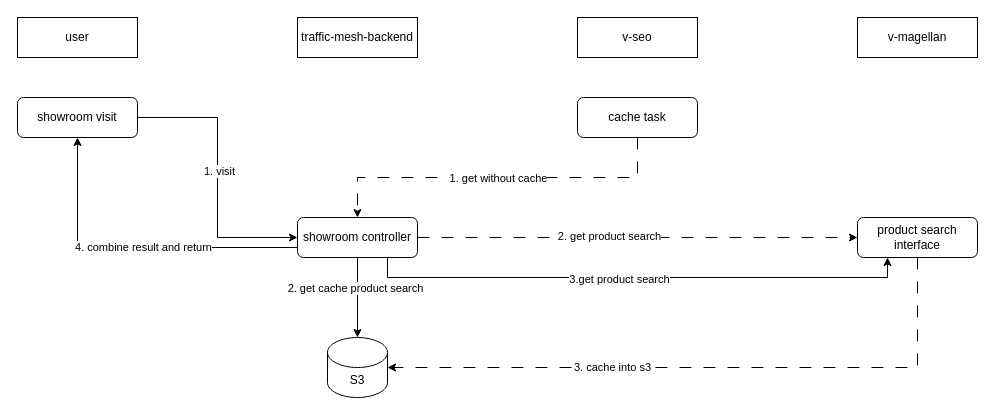
Above: drawio/showroom_cache.drawio in VisableHarry/seo-drawio (draw.io), before the change. Source tidied: cells renumbered, new cells numbered last; positions are measured from the earlier drawing's top-left corner, leaving out a move shared by most shapes. Both pictures are drawn from the tidied source at 100%, with x=0, y=0 at pixel (17, 17).
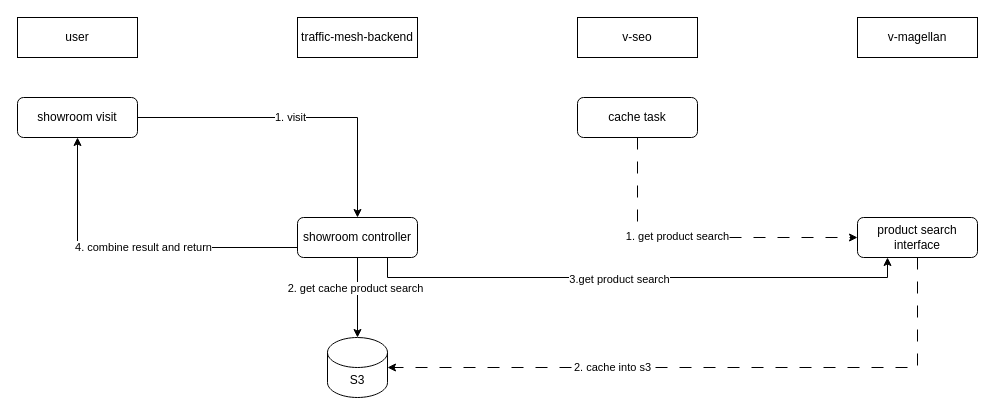
After the change.

The change refers to these unchanged cells:
```xml
<mxCell id="11" value="showroom controller" style="rounded=1;whiteSpace=wrap;html=1;" parent="1" vertex="1">
  <mxGeometry x="280" y="200" width="120" height="40" as="geometry" />
</mxCell>
<mxCell id="15" style="edgeStyle=orthogonalEdgeStyle;rounded=0;jettySize=auto;html=1;exitX=0.5;exitY=1;exitDx=0;exitDy=0;dashed=1;dashPattern=12 12;entryX=1;entryY=0.5;entryDx=0;entryDy=0;entryPerimeter=0;" parent="1" edge="1" source="17" target="2">
  <mxGeometry relative="1" as="geometry">
    <Array as="points">
      <mxPoint x="900" y="350" />
    </Array>
  </mxGeometry>
</mxCell>
<mxCell id="17" value="product search interface" style="rounded=1;whiteSpace=wrap;html=1;" parent="1" vertex="1">
  <mxGeometry x="840" y="200" width="120" height="40" as="geometry" />
</mxCell>
<mxCell id="20" value="cache task" style="rounded=1;whiteSpace=wrap;html=1;" parent="1" vertex="1">
  <mxGeometry x="560" y="80" width="120" height="40" as="geometry" />
</mxCell>
<mxCell id="24" value="showroom visit" style="rounded=1;whiteSpace=wrap;html=1;" parent="1" vertex="1">
  <mxGeometry y="80" width="120" height="40" as="geometry" />
</mxCell>
```

What changed in the source:
```diff
@@
-    <mxCell id="3" style="edgeStyle=orthogonalEdgeStyle;rounded=0;jettySize=auto;html=1;exitX=1;exitY=0.5;exitDx=0;exitDy=0;entryX=0;entryY=0.5;entryDx=0;entryDy=0;dashed=1;dashPattern=12 12;" parent="1" edge="1" source="11" target="17">
+    <mxCell id="3" style="edgeStyle=orthogonalEdgeStyle;rounded=0;jettySize=auto;html=1;exitX=0.5;exitY=1;exitDx=0;exitDy=0;entryX=0;entryY=0.5;entryDx=0;entryDy=0;dashed=1;dashPattern=12 12;" parent="1" edge="1" source="20" target="17">
       <mxGeometry relative="1" as="geometry" />
     </mxCell>
-    <mxCell id="4" value="2. get product search" style="edgeLabel;html=1;align=center;verticalAlign=middle;" parent="3" vertex="1">
+    <mxCell id="4" value="1. get product search" style="edgeLabel;html=1;align=center;verticalAlign=middle;" parent="3" vertex="1">
       <mxGeometry x="-0.13" y="3" relative="1" as="geometry">
         <mxPoint y="1" as="offset" />
       </mxGeometry>
     </mxCell>
@@
-    <mxCell id="16" value="3. cache into s3" style="edgeLabel;html=1;align=center;verticalAlign=middle;" parent="15" vertex="1">
+    <mxCell id="16" value="2. cache into s3" style="edgeLabel;html=1;align=center;verticalAlign=middle;" parent="15" vertex="1">
       <mxGeometry x="0.3" y="-1" relative="1" as="geometry" />
     </mxCell>
@@
-    <mxCell id="18" style="edgeStyle=orthogonalEdgeStyle;rounded=0;jettySize=auto;html=1;exitX=0.5;exitY=1;exitDx=0;exitDy=0;entryX=0.5;entryY=0;entryDx=0;entryDy=0;dashed=1;dashPattern=12 12;" parent="1" edge="1" source="20" target="11">
-      <mxGeometry relative="1" as="geometry" />
-    </mxCell>
-    <mxCell id="19" value="1. get without cache" style="edgeLabel;html=1;align=center;verticalAlign=middle;" parent="18" vertex="1">
-      <mxGeometry x="-0.16" y="-3" relative="1" as="geometry">
-        <mxPoint x="-29" y="3" as="offset" />
-      </mxGeometry>
-    </mxCell>
@@
-    <mxCell id="22" style="edgeStyle=orthogonalEdgeStyle;rounded=0;jettySize=auto;html=1;exitX=1;exitY=0.5;exitDx=0;exitDy=0;entryX=0;entryY=0.5;entryDx=0;entryDy=0;" parent="1" edge="1" source="24" target="11">
+    <mxCell id="22" style="edgeStyle=orthogonalEdgeStyle;rounded=0;jettySize=auto;html=1;exitX=1;exitY=0.5;exitDx=0;exitDy=0;entryX=0.5;entryY=0;entryDx=0;entryDy=0;" parent="1" edge="1" source="24" target="11">
       <mxGeometry relative="1" as="geometry" />
     </mxCell>
```
